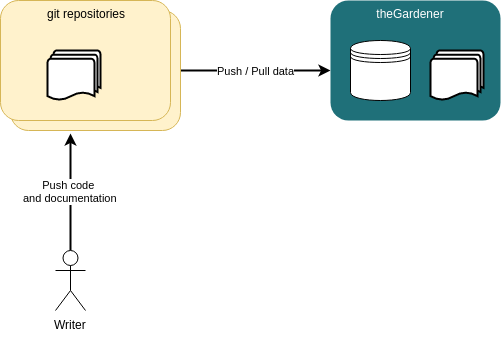
This is documentation/assets/images/theGardener_role_writer.png from KelkooGroup/theGardener, a draw.io export, as it was before one commit. Source tidied: cells renumbered, new cells last; positions are measured from the earlier drawing's top-left corner, leaving out a move shared by most shapes.
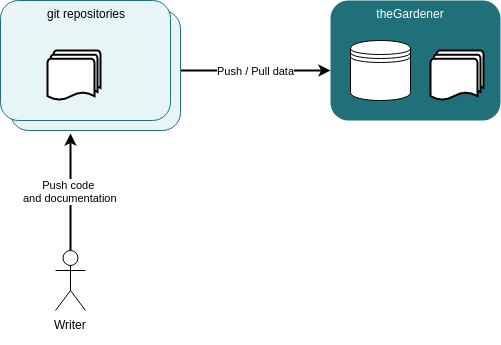
The same diagram one commit later.

Diff of the diagram source:
```diff
@@ -5,7 +5,7 @@
     <mxCell id="2" value="&lt;div&gt;Push / Pull data&lt;/div&gt;" style="edgeStyle=orthogonalEdgeStyle;rounded=0;jettySize=auto;html=1;exitX=1;exitY=0.5;exitDx=0;exitDy=0;entryX=0;entryY=0.583;entryDx=0;entryDy=0;entryPerimeter=0;strokeWidth=2;" parent="1" edge="1" source="3" target="4">
       <mxGeometry relative="1" as="geometry" />
     </mxCell>
-    <mxCell id="3" style="rounded=1;whiteSpace=wrap;html=1;fillColor=#fff2cc;strokeColor=#d6b656;" parent="1" vertex="1">
+    <mxCell id="3" style="rounded=1;whiteSpace=wrap;html=1;fillColor=#E7F5F7;strokeColor=#1F7079;" parent="1" vertex="1">
       <mxGeometry x="10" y="10" width="170" height="120" as="geometry" />
     </mxCell>
     <mxCell id="4" style="rounded=1;whiteSpace=wrap;html=1;fillColor=#1F7079;strokeColor=none;" parent="1" vertex="1">
@@ -29,7 +29,7 @@
     <mxCell id="9" value="&lt;div&gt;theGardener&lt;/div&gt;&lt;div&gt;&lt;br&gt;&lt;/div&gt;" style="text;html=1;strokeColor=none;fillColor=none;align=center;verticalAlign=middle;whiteSpace=wrap;rounded=0;fontColor=#FFFFFF;" parent="1" vertex="1">
       <mxGeometry x="390" y="10" width="40" height="20" as="geometry" />
     </mxCell>
-    <mxCell id="10" style="rounded=1;whiteSpace=wrap;html=1;fillColor=#fff2cc;strokeColor=#d6b656;" parent="1" vertex="1">
+    <mxCell id="10" style="rounded=1;whiteSpace=wrap;html=1;fillColor=#E7F5F7;strokeColor=#1F7079;" parent="1" vertex="1">
       <mxGeometry width="170" height="120" as="geometry" />
     </mxCell>
     <mxCell id="11" style="strokeWidth=2;html=1;shape=mxgraph.flowchart.multi-document;whiteSpace=wrap;" parent="1" vertex="1">
```
